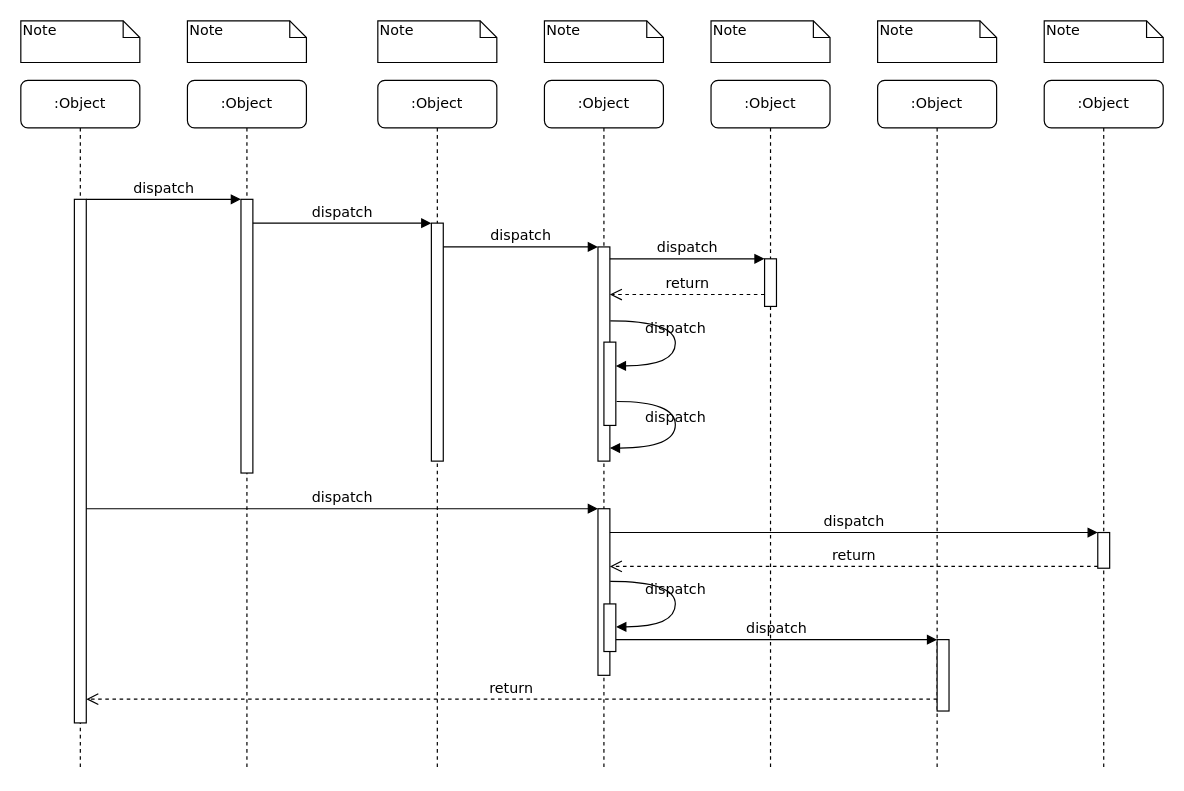
Before: Diagrama de Sequência "Elaborar Orçamento".drawio in ic3K1ng/Rooms-Equipments, a draw.io diagram. Source tidied: cells renumbered, new cells numbered last; positions are measured from the earlier drawing's top-left corner, leaving out a move shared by most shapes. Both pictures are drawn from the tidied source at 119%, with x=0, y=0 at pixel (20, 20).
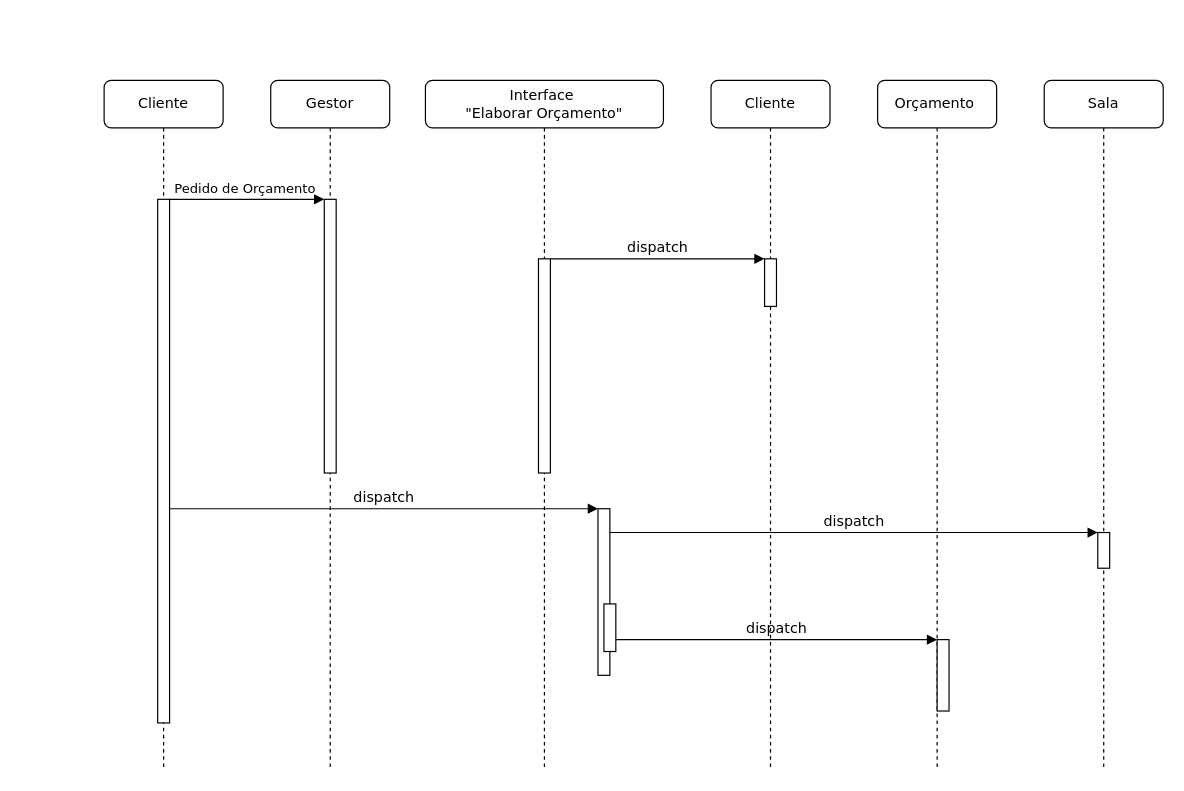
The same page after the edit.

Unchanged cells that the change refers to:
```xml
<mxCell id="3" style="html=1;points=[];perimeter=orthogonalPerimeter;rounded=0;shadow=0;comic=0;labelBackgroundColor=none;strokeWidth=1;fontFamily=Verdana;fontSize=12;align=center;" parent="2" vertex="1">
  <mxGeometry x="45" y="100" width="10" height="230" as="geometry" />
</mxCell>
<mxCell id="11" style="html=1;points=[];perimeter=orthogonalPerimeter;rounded=0;shadow=0;comic=0;labelBackgroundColor=none;strokeWidth=1;fontFamily=Verdana;fontSize=12;align=center;" parent="10" vertex="1">
  <mxGeometry x="45" y="100" width="10" height="440" as="geometry" />
</mxCell>
<mxCell id="14" style="html=1;points=[];perimeter=orthogonalPerimeter;rounded=0;shadow=0;comic=0;labelBackgroundColor=none;strokeWidth=1;fontFamily=Verdana;fontSize=12;align=center;" parent="1" vertex="1">
  <mxGeometry x="625" y="200" width="10" height="40" as="geometry" />
</mxCell>
<mxCell id="17" style="html=1;points=[];perimeter=orthogonalPerimeter;rounded=0;shadow=0;comic=0;labelBackgroundColor=none;strokeWidth=1;fontFamily=Verdana;fontSize=12;align=center;" parent="1" vertex="1">
  <mxGeometry x="485" y="410" width="10" height="140" as="geometry" />
</mxCell>
<mxCell id="19" style="html=1;points=[];perimeter=orthogonalPerimeter;rounded=0;shadow=0;comic=0;labelBackgroundColor=none;strokeColor=#000000;strokeWidth=1;fillColor=#FFFFFF;fontFamily=Verdana;fontSize=12;fontColor=#000000;align=center;" parent="1" vertex="1">
  <mxGeometry x="905" y="430" width="10" height="30" as="geometry" />
</mxCell>
<mxCell id="22" style="html=1;points=[];perimeter=orthogonalPerimeter;rounded=0;shadow=0;comic=0;labelBackgroundColor=none;strokeWidth=1;fontFamily=Verdana;fontSize=12;align=center;" parent="1" vertex="1">
  <mxGeometry x="770" y="520" width="10" height="60" as="geometry" />
</mxCell>
```

What changed in the source:
```diff
@@
-    <mxCell id="2" value=":Object" style="shape=umlLifeline;perimeter=lifelinePerimeter;whiteSpace=wrap;html=1;rounded=1;shadow=0;comic=0;labelBackgroundColor=none;strokeWidth=1;fontFamily=Verdana;fontSize=12;align=center;" parent="1" vertex="1">
-      <mxGeometry x="140" y="50" width="100" height="580" as="geometry" />
+    <mxCell id="2" value="Gestor" style="shape=umlLifeline;perimeter=lifelinePerimeter;whiteSpace=wrap;html=1;rounded=1;shadow=0;comic=0;labelBackgroundColor=none;strokeWidth=1;fontFamily=Verdana;fontSize=12;align=center;" parent="1" vertex="1">
+      <mxGeometry x="210" y="50" width="100" height="580" as="geometry" />
     </mxCell>
@@
-    <mxCell id="4" value=":Object" style="shape=umlLifeline;perimeter=lifelinePerimeter;whiteSpace=wrap;html=1;rounded=1;shadow=0;comic=0;labelBackgroundColor=none;strokeWidth=1;fontFamily=Verdana;fontSize=12;align=center;" parent="1" vertex="1">
-      <mxGeometry x="300" y="50" width="100" height="580" as="geometry" />
-    </mxCell>
-    <mxCell id="5" style="html=1;points=[];perimeter=orthogonalPerimeter;rounded=0;shadow=0;comic=0;labelBackgroundColor=none;strokeWidth=1;fontFamily=Verdana;fontSize=12;align=center;" parent="4" vertex="1">
-      <mxGeometry x="45" y="120" width="10" height="200" as="geometry" />
-    </mxCell>
-    <mxCell id="6" value=":Object" style="shape=umlLifeline;perimeter=lifelinePerimeter;whiteSpace=wrap;html=1;rounded=1;shadow=0;comic=0;labelBackgroundColor=none;strokeWidth=1;fontFamily=Verdana;fontSize=12;align=center;" parent="1" vertex="1">
-      <mxGeometry x="440" y="50" width="100" height="580" as="geometry" />
+    <mxCell id="6" value="Interface&amp;nbsp;&lt;div&gt;&quot;Elaborar Orçamento&quot;&lt;/div&gt;" style="shape=umlLifeline;perimeter=lifelinePerimeter;whiteSpace=wrap;html=1;rounded=1;shadow=0;comic=0;labelBackgroundColor=none;strokeWidth=1;fontFamily=Verdana;fontSize=12;align=center;" parent="1" vertex="1">
+      <mxGeometry x="340" y="50" width="200" height="580" as="geometry" />
     </mxCell>
+    <mxCell id="12" style="html=1;points=[];perimeter=orthogonalPerimeter;rounded=0;shadow=0;comic=0;labelBackgroundColor=none;strokeWidth=1;fontFamily=Verdana;fontSize=12;align=center;" parent="6" vertex="1">
+      <mxGeometry x="95" y="150" width="10" height="180" as="geometry" />
+    </mxCell>
-    <mxCell id="7" value=":Object" style="shape=umlLifeline;perimeter=lifelinePerimeter;whiteSpace=wrap;html=1;rounded=1;shadow=0;comic=0;labelBackgroundColor=none;strokeWidth=1;fontFamily=Verdana;fontSize=12;align=center;" parent="1" vertex="1">
+    <mxCell id="7" value="Cliente" style="shape=umlLifeline;perimeter=lifelinePerimeter;whiteSpace=wrap;html=1;rounded=1;shadow=0;comic=0;labelBackgroundColor=none;strokeWidth=1;fontFamily=Verdana;fontSize=12;align=center;" parent="1" vertex="1">
       <mxGeometry x="580" y="50" width="100" height="580" as="geometry" />
     </mxCell>
-    <mxCell id="8" value=":Object" style="shape=umlLifeline;perimeter=lifelinePerimeter;whiteSpace=wrap;html=1;rounded=1;shadow=0;comic=0;labelBackgroundColor=none;strokeWidth=1;fontFamily=Verdana;fontSize=12;align=center;" parent="1" vertex="1">
+    <mxCell id="8" value="Orçamento&amp;nbsp;" style="shape=umlLifeline;perimeter=lifelinePerimeter;whiteSpace=wrap;html=1;rounded=1;shadow=0;comic=0;labelBackgroundColor=none;strokeWidth=1;fontFamily=Verdana;fontSize=12;align=center;" parent="1" vertex="1">
       <mxGeometry x="720" y="50" width="100" height="580" as="geometry" />
     </mxCell>
-    <mxCell id="9" value=":Object" style="shape=umlLifeline;perimeter=lifelinePerimeter;whiteSpace=wrap;html=1;rounded=1;shadow=0;comic=0;labelBackgroundColor=none;strokeWidth=1;fontFamily=Verdana;fontSize=12;align=center;" parent="1" vertex="1">
+    <mxCell id="9" value="Sala" style="shape=umlLifeline;perimeter=lifelinePerimeter;whiteSpace=wrap;html=1;rounded=1;shadow=0;comic=0;labelBackgroundColor=none;strokeWidth=1;fontFamily=Verdana;fontSize=12;align=center;" parent="1" vertex="1">
       <mxGeometry x="860" y="50" width="100" height="580" as="geometry" />
     </mxCell>
-    <mxCell id="10" value=":Object" style="shape=umlLifeline;perimeter=lifelinePerimeter;whiteSpace=wrap;html=1;rounded=1;shadow=0;comic=0;labelBackgroundColor=none;strokeWidth=1;fontFamily=Verdana;fontSize=12;align=center;" parent="1" vertex="1">
-      <mxGeometry y="50" width="100" height="580" as="geometry" />
+    <mxCell id="10" value="Cliente" style="shape=umlLifeline;perimeter=lifelinePerimeter;whiteSpace=wrap;html=1;rounded=1;shadow=0;comic=0;labelBackgroundColor=none;strokeWidth=1;fontFamily=Verdana;fontSize=12;align=center;" parent="1" vertex="1">
+      <mxGeometry x="70" y="50" width="100" height="580" as="geometry" />
     </mxCell>
@@
-    <mxCell id="12" style="html=1;points=[];perimeter=orthogonalPerimeter;rounded=0;shadow=0;comic=0;labelBackgroundColor=none;strokeWidth=1;fontFamily=Verdana;fontSize=12;align=center;" parent="1" vertex="1">
-      <mxGeometry x="485" y="190" width="10" height="180" as="geometry" />
-    </mxCell>
-    <mxCell id="13" value="dispatch" style="html=1;verticalAlign=bottom;endArrow=block;labelBackgroundColor=none;fontFamily=Verdana;fontSize=12;edgeStyle=elbowEdgeStyle;elbow=vertical;" parent="1" edge="1" source="5" target="12">
-      <mxGeometry relative="1" as="geometry">
-        <Array as="points">
-          <mxPoint x="360" y="190" />
-        </Array>
-      </mxGeometry>
-    </mxCell>
@@
-    <mxCell id="16" value="return" style="html=1;verticalAlign=bottom;endArrow=open;dashed=1;endSize=8;labelBackgroundColor=none;fontFamily=Verdana;fontSize=12;edgeStyle=elbowEdgeStyle;elbow=vertical;" parent="1" edge="1" source="14" target="12">
-      <mxGeometry relative="1" as="geometry">
-        <Array as="points">
-          <mxPoint x="570" y="230" />
-          <mxPoint x="600" y="230" />
-        </Array>
-      </mxGeometry>
-    </mxCell>
@@
-    <mxCell id="21" value="return" style="html=1;verticalAlign=bottom;endArrow=open;dashed=1;endSize=8;exitX=0;exitY=0.95;labelBackgroundColor=none;fontFamily=Verdana;fontSize=12;" parent="1" edge="1" source="19" target="17">
-      <mxGeometry relative="1" as="geometry" />
-    </mxCell>
@@
-    <mxCell id="24" value="return" style="html=1;verticalAlign=bottom;endArrow=open;dashed=1;endSize=8;labelBackgroundColor=none;fontFamily=Verdana;fontSize=12;edgeStyle=elbowEdgeStyle;elbow=vertical;" parent="1" edge="1" source="22" target="11">
-      <mxGeometry relative="1" as="geometry">
-        <Array as="points">
-          <mxPoint x="470" y="570" />
-        </Array>
-      </mxGeometry>
-    </mxCell>
-    <mxCell id="25" value="dispatch" style="html=1;verticalAlign=bottom;endArrow=block;entryX=0;entryY=0;labelBackgroundColor=none;fontFamily=Verdana;fontSize=12;edgeStyle=elbowEdgeStyle;elbow=vertical;" parent="1" edge="1" source="11" target="3">
+    <mxCell id="25" value="Pedido de Orçamento&amp;nbsp;" style="html=1;verticalAlign=bottom;endArrow=block;entryX=0;entryY=0;labelBackgroundColor=none;fontFamily=Verdana;fontSize=11;edgeStyle=elbowEdgeStyle;elbow=vertical;" parent="1" edge="1" source="11" target="3">
       <mxGeometry relative="1" as="geometry" />
     </mxCell>
-    <mxCell id="26" value="dispatch" style="html=1;verticalAlign=bottom;endArrow=block;entryX=0;entryY=0;labelBackgroundColor=none;fontFamily=Verdana;fontSize=12;edgeStyle=elbowEdgeStyle;elbow=vertical;" parent="1" edge="1" source="3" target="5">
-      <mxGeometry relative="1" as="geometry" />
-    </mxCell>
-    <mxCell id="27" style="html=1;points=[];perimeter=orthogonalPerimeter;rounded=0;shadow=0;comic=0;labelBackgroundColor=none;strokeWidth=1;fontFamily=Verdana;fontSize=12;align=center;" parent="1" vertex="1">
-      <mxGeometry x="490" y="270" width="10" height="70" as="geometry" />
-    </mxCell>
-    <mxCell id="28" value="dispatch" style="html=1;verticalAlign=bottom;endArrow=block;labelBackgroundColor=none;fontFamily=Verdana;fontSize=12;elbow=vertical;edgeStyle=orthogonalEdgeStyle;curved=1;entryX=1;entryY=0.286;entryPerimeter=0;exitX=1.038;exitY=0.345;exitPerimeter=0;" parent="1" edge="1" source="12" target="27">
-      <mxGeometry relative="1" as="geometry">
-        <Array as="points">
-          <mxPoint x="550" y="252" />
-          <mxPoint x="550" y="290" />
-        </Array>
-      </mxGeometry>
-    </mxCell>
-    <mxCell id="29" value="dispatch" style="html=1;verticalAlign=bottom;endArrow=block;labelBackgroundColor=none;fontFamily=Verdana;fontSize=12;elbow=vertical;edgeStyle=orthogonalEdgeStyle;curved=1;exitX=1.066;exitY=0.713;exitPerimeter=0;" parent="1" edge="1" source="27">
-      <mxGeometry relative="1" as="geometry">
-        <mxPoint x="495" y="359" as="targetPoint" />
-        <Array as="points">
-          <mxPoint x="550" y="320" />
-          <mxPoint x="550" y="359" />
-        </Array>
-      </mxGeometry>
-    </mxCell>
@@
-    <mxCell id="31" value="dispatch" style="html=1;verticalAlign=bottom;endArrow=block;labelBackgroundColor=none;fontFamily=Verdana;fontSize=12;elbow=vertical;edgeStyle=orthogonalEdgeStyle;curved=1;entryX=1;entryY=0.286;entryPerimeter=0;exitX=1.038;exitY=0.345;exitPerimeter=0;" parent="1" edge="1">
-      <mxGeometry relative="1" as="geometry">
-        <mxPoint x="495.3" y="471" as="sourcePoint" />
-        <mxPoint x="500.3" y="509.3" as="targetPoint" />
-        <Array as="points">
-          <mxPoint x="550" y="471" />
-          <mxPoint x="550" y="509" />
-        </Array>
-      </mxGeometry>
-    </mxCell>
-    <mxCell id="32" value="Note" style="shape=note;whiteSpace=wrap;html=1;size=14;verticalAlign=top;align=left;spacingTop=-6;rounded=0;shadow=0;comic=0;labelBackgroundColor=none;strokeWidth=1;fontFamily=Verdana;fontSize=12;" parent="1" vertex="1">
-      <mxGeometry width="100" height="35" as="geometry" />
-    </mxCell>
-    <mxCell id="33" value="Note" style="shape=note;whiteSpace=wrap;html=1;size=14;verticalAlign=top;align=left;spacingTop=-6;rounded=0;shadow=0;comic=0;labelBackgroundColor=none;strokeWidth=1;fontFamily=Verdana;fontSize=12;" parent="1" vertex="1">
-      <mxGeometry x="140" width="100" height="35" as="geometry" />
-    </mxCell>
-    <mxCell id="34" value="Note" style="shape=note;whiteSpace=wrap;html=1;size=14;verticalAlign=top;align=left;spacingTop=-6;rounded=0;shadow=0;comic=0;labelBackgroundColor=none;strokeWidth=1;fontFamily=Verdana;fontSize=12;" parent="1" vertex="1">
-      <mxGeometry x="300" width="100" height="35" as="geometry" />
-    </mxCell>
-    <mxCell id="35" value="Note" style="shape=note;whiteSpace=wrap;html=1;size=14;verticalAlign=top;align=left;spacingTop=-6;rounded=0;shadow=0;comic=0;labelBackgroundColor=none;strokeWidth=1;fontFamily=Verdana;fontSize=12;" parent="1" vertex="1">
-      <mxGeometry x="440" width="100" height="35" as="geometry" />
-    </mxCell>
-    <mxCell id="36" value="Note" style="shape=note;whiteSpace=wrap;html=1;size=14;verticalAlign=top;align=left;spacingTop=-6;rounded=0;shadow=0;comic=0;labelBackgroundColor=none;strokeWidth=1;fontFamily=Verdana;fontSize=12;" parent="1" vertex="1">
-      <mxGeometry x="580" width="100" height="35" as="geometry" />
-    </mxCell>
-    <mxCell id="37" value="Note" style="shape=note;whiteSpace=wrap;html=1;size=14;verticalAlign=top;align=left;spacingTop=-6;rounded=0;shadow=0;comic=0;labelBackgroundColor=none;strokeWidth=1;fontFamily=Verdana;fontSize=12;" parent="1" vertex="1">
-      <mxGeometry x="720" width="100" height="35" as="geometry" />
-    </mxCell>
-    <mxCell id="38" value="Note" style="shape=note;whiteSpace=wrap;html=1;size=14;verticalAlign=top;align=left;spacingTop=-6;rounded=0;shadow=0;comic=0;labelBackgroundColor=none;strokeWidth=1;fontFamily=Verdana;fontSize=12;" parent="1" vertex="1">
-      <mxGeometry x="860" width="100" height="35" as="geometry" />
-    </mxCell>
```
